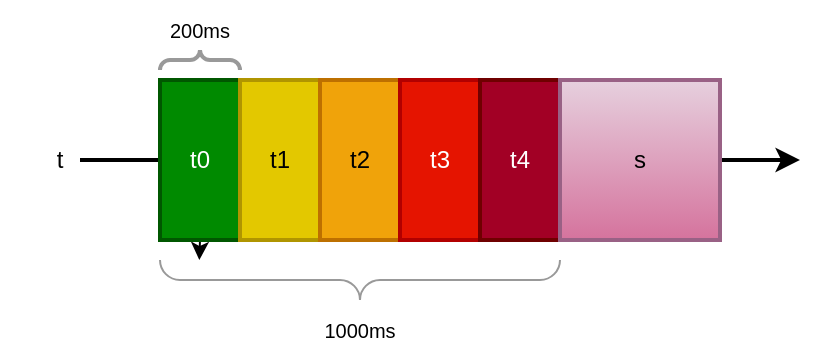
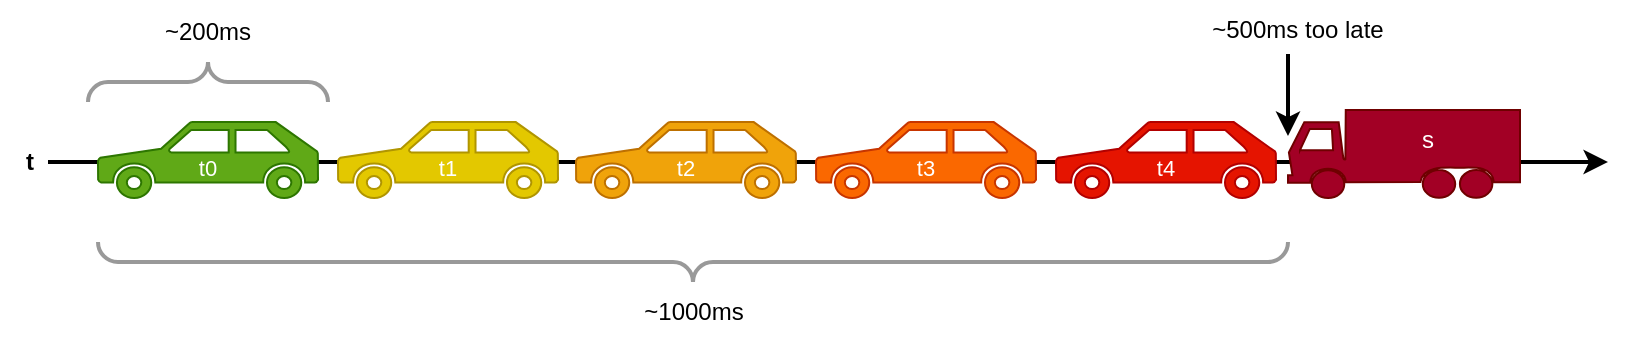
<mxfile host="Electron" agent="Mozilla/5.0 (Macintosh; Intel Mac OS X 10_15_7) AppleWebKit/537.36 (KHTML, like Gecko) draw.io/29.0.3 Chrome/140.0.7339.249 Electron/38.7.0 Safari/537.36" version="29.0.3">
  <diagram name="Page-1" id="oX70M6Da8u1tysp9OYAw">
-     <mxGraphModel dx="1722" dy="1016" grid="1" gridSize="10" guides="1" tooltips="1" connect="1" arrows="1" fold="1" page="1" pageScale="1" pageWidth="827" pageHeight="1169" background="#ffffff" math="0" shadow="0">
+     <mxGraphModel dx="2893" dy="1219" grid="1" gridSize="10" guides="1" tooltips="1" connect="1" arrows="1" fold="1" page="1" pageScale="1" pageWidth="827" pageHeight="1169" background="#ffffff" math="0" shadow="0">
      <root>
        <mxCell id="0" />
        <mxCell id="1" parent="0" />
-         <mxCell id="zdv_GjLmzYvGGyfS_c-r-1" value="" style="endArrow=classic;html=1;rounded=0;strokeColor=#000000;strokeWidth=2;endFill=1;" edge="1" parent="1">
+         <mxCell id="zdv_GjLmzYvGGyfS_c-r-1" value="" style="endArrow=classic;html=1;rounded=0;strokeColor=#000000;strokeWidth=2;endFill=1;" parent="1" edge="1">
          <mxGeometry width="50" height="50" relative="1" as="geometry">
-             <mxPoint x="80" y="160" as="sourcePoint" />
-             <mxPoint x="440" y="160" as="targetPoint" />
+             <mxPoint x="20" y="340" as="sourcePoint" />
+             <mxPoint x="800" y="340" as="targetPoint" />
          </mxGeometry>
        </mxCell>
-         <mxCell id="zdv_GjLmzYvGGyfS_c-r-4" style="edgeStyle=orthogonalEdgeStyle;rounded=0;orthogonalLoop=1;jettySize=auto;html=1;exitX=0.5;exitY=1;exitDx=0;exitDy=0;" edge="1" parent="1" source="zdv_GjLmzYvGGyfS_c-r-3">
-           <mxGeometry relative="1" as="geometry">
-             <mxPoint x="139.66666666666674" y="210" as="targetPoint" />
+         <mxCell id="zdv_GjLmzYvGGyfS_c-r-11" value="" style="verticalLabelPosition=bottom;shadow=0;dashed=0;align=center;html=1;verticalAlign=top;strokeWidth=2;shape=mxgraph.mockup.markup.curlyBrace;whiteSpace=wrap;strokeColor=#999999;" parent="1" vertex="1">
+           <mxGeometry x="40" y="290" width="120" height="20" as="geometry" />
+         </mxCell>
+         <mxCell id="zdv_GjLmzYvGGyfS_c-r-12" value="&lt;font style=&quot;color: rgb(0, 0, 0); font-size: 12px;&quot;&gt;~200ms&lt;/font&gt;" style="text;html=1;whiteSpace=wrap;strokeColor=none;fillColor=none;align=center;verticalAlign=middle;rounded=0;" parent="1" vertex="1">
+           <mxGeometry x="70" y="260" width="60" height="30" as="geometry" />
+         </mxCell>
+         <mxCell id="zdv_GjLmzYvGGyfS_c-r-13" value="" style="verticalLabelPosition=bottom;shadow=0;dashed=0;align=center;html=1;verticalAlign=top;strokeWidth=2;shape=mxgraph.mockup.markup.curlyBrace;whiteSpace=wrap;strokeColor=#999999;direction=west;" parent="1" vertex="1">
+           <mxGeometry x="45" y="380" width="595" height="20" as="geometry" />
+         </mxCell>
+         <mxCell id="zdv_GjLmzYvGGyfS_c-r-14" value="&lt;font style=&quot;color: rgb(0, 0, 0); font-size: 12px;&quot;&gt;~1000ms&lt;/font&gt;" style="text;html=1;whiteSpace=wrap;strokeColor=none;fillColor=none;align=center;verticalAlign=middle;rounded=0;" parent="1" vertex="1">
+           <mxGeometry x="312.5" y="400" width="60" height="30" as="geometry" />
+         </mxCell>
+         <mxCell id="zdv_GjLmzYvGGyfS_c-r-15" value="&lt;font style=&quot;color: rgb(0, 0, 0);&quot;&gt;&lt;b&gt;t&lt;/b&gt;&lt;/font&gt;" style="text;html=1;whiteSpace=wrap;strokeColor=none;fillColor=none;align=center;verticalAlign=middle;rounded=0;" parent="1" vertex="1">
+           <mxGeometry x="-4" y="325" width="30" height="30" as="geometry" />
+         </mxCell>
+         <mxCell id="zdv_GjLmzYvGGyfS_c-r-16" value="t1" style="shape=mxgraph.signs.transportation.car_3;html=1;pointerEvents=1;fillColor=#60a917;strokeColor=#2D7600;verticalLabelPosition=bottom;verticalAlign=top;align=center;fontColor=#ffffff;" parent="1" vertex="1">
+           <mxGeometry x="45" y="320" width="110" height="38" as="geometry" />
+         </mxCell>
+         <mxCell id="zdv_GjLmzYvGGyfS_c-r-21" value="" style="shape=mxgraph.signs.transportation.car_3;html=1;pointerEvents=1;fillColor=#e3c800;strokeColor=#B09500;verticalLabelPosition=bottom;verticalAlign=top;align=center;fontColor=#000000;" parent="1" vertex="1">
+           <mxGeometry x="165" y="320" width="110" height="38" as="geometry" />
+         </mxCell>
+         <mxCell id="zdv_GjLmzYvGGyfS_c-r-22" value="" style="shape=mxgraph.signs.transportation.car_3;html=1;pointerEvents=1;fillColor=#f0a30a;strokeColor=#BD7000;verticalLabelPosition=bottom;verticalAlign=top;align=center;fontColor=#000000;" parent="1" vertex="1">
+           <mxGeometry x="284" y="320" width="110" height="38" as="geometry" />
+         </mxCell>
+         <mxCell id="zdv_GjLmzYvGGyfS_c-r-23" value="" style="shape=mxgraph.signs.transportation.car_3;html=1;pointerEvents=1;fillColor=#fa6800;strokeColor=#C73500;verticalLabelPosition=bottom;verticalAlign=top;align=center;fontColor=#000000;" parent="1" vertex="1">
+           <mxGeometry x="404" y="320" width="110" height="38" as="geometry" />
+         </mxCell>
+         <mxCell id="zdv_GjLmzYvGGyfS_c-r-24" value="" style="shape=mxgraph.signs.transportation.car_3;html=1;pointerEvents=1;fillColor=#e51400;strokeColor=#B20000;verticalLabelPosition=bottom;verticalAlign=top;align=center;fontColor=#ffffff;" parent="1" vertex="1">
+           <mxGeometry x="524" y="320" width="110" height="38" as="geometry" />
+         </mxCell>
+         <mxCell id="5Q4abOUTBeoQLr0wq_by-1" value="" style="shape=mxgraph.signs.transportation.truck_3;html=1;pointerEvents=1;fillColor=#a20025;strokeColor=#6F0000;verticalLabelPosition=bottom;verticalAlign=top;align=center;fontColor=#ffffff;" vertex="1" parent="1">
+           <mxGeometry x="640" y="314" width="116" height="44" as="geometry" />
+         </mxCell>
+         <mxCell id="5Q4abOUTBeoQLr0wq_by-2" value="" style="endArrow=classic;html=1;rounded=0;strokeWidth=2;" edge="1" parent="1">
+           <mxGeometry width="50" height="50" relative="1" as="geometry">
+             <mxPoint x="640" y="286" as="sourcePoint" />
+             <mxPoint x="640" y="327" as="targetPoint" />
          </mxGeometry>
        </mxCell>
-         <mxCell id="zdv_GjLmzYvGGyfS_c-r-3" value="t0" style="rounded=0;whiteSpace=wrap;html=1;fillColor=#008a00;fontColor=#ffffff;strokeColor=#005700;strokeWidth=2;" vertex="1" parent="1">
-           <mxGeometry x="120" y="120" width="40" height="80" as="geometry" />
+         <mxCell id="5Q4abOUTBeoQLr0wq_by-3" value="&lt;font style=&quot;color: rgb(0, 0, 0); font-size: 12px;&quot;&gt;~500ms too late&lt;/font&gt;" style="text;html=1;whiteSpace=wrap;strokeColor=none;fillColor=none;align=center;verticalAlign=middle;rounded=0;" vertex="1" parent="1">
+           <mxGeometry x="590" y="259" width="110" height="30" as="geometry" />
        </mxCell>
-         <mxCell id="zdv_GjLmzYvGGyfS_c-r-5" value="t1" style="rounded=0;whiteSpace=wrap;html=1;fillColor=#e3c800;fontColor=#000000;strokeColor=#B09500;strokeWidth=2;" vertex="1" parent="1">
-           <mxGeometry x="160" y="120" width="40" height="80" as="geometry" />
+         <mxCell id="5Q4abOUTBeoQLr0wq_by-5" value="&lt;font style=&quot;color: rgb(255, 255, 255); font-size: 11px;&quot;&gt;t0&lt;/font&gt;" style="text;html=1;whiteSpace=wrap;strokeColor=none;fillColor=none;align=center;verticalAlign=middle;rounded=0;" vertex="1" parent="1">
+           <mxGeometry x="70" y="328" width="60" height="30" as="geometry" />
        </mxCell>
-         <mxCell id="zdv_GjLmzYvGGyfS_c-r-6" value="t2" style="rounded=0;whiteSpace=wrap;html=1;fillColor=#f0a30a;fontColor=#000000;strokeColor=#BD7000;strokeWidth=2;" vertex="1" parent="1">
-           <mxGeometry x="200" y="120" width="40" height="80" as="geometry" />
+         <mxCell id="5Q4abOUTBeoQLr0wq_by-6" value="&lt;font style=&quot;color: rgb(255, 255, 255); font-size: 11px;&quot;&gt;t1&lt;/font&gt;" style="text;html=1;whiteSpace=wrap;strokeColor=none;fillColor=none;align=center;verticalAlign=middle;rounded=0;" vertex="1" parent="1">
+           <mxGeometry x="190" y="328" width="60" height="30" as="geometry" />
        </mxCell>
-         <mxCell id="zdv_GjLmzYvGGyfS_c-r-7" value="t3" style="rounded=0;whiteSpace=wrap;html=1;fillColor=#e51400;strokeColor=#B20000;strokeWidth=2;fontColor=#ffffff;" vertex="1" parent="1">
-           <mxGeometry x="240" y="120" width="40" height="80" as="geometry" />
+         <mxCell id="5Q4abOUTBeoQLr0wq_by-7" value="&lt;font style=&quot;color: rgb(255, 255, 255); font-size: 11px;&quot;&gt;t2&lt;/font&gt;" style="text;html=1;whiteSpace=wrap;strokeColor=none;fillColor=none;align=center;verticalAlign=middle;rounded=0;" vertex="1" parent="1">
+           <mxGeometry x="309" y="328" width="60" height="30" as="geometry" />
        </mxCell>
-         <mxCell id="zdv_GjLmzYvGGyfS_c-r-8" value="t4" style="rounded=0;whiteSpace=wrap;html=1;fillColor=#a20025;fontColor=#ffffff;strokeColor=#6F0000;strokeWidth=2;" vertex="1" parent="1">
-           <mxGeometry x="280" y="120" width="40" height="80" as="geometry" />
+         <mxCell id="5Q4abOUTBeoQLr0wq_by-8" value="&lt;font style=&quot;color: rgb(255, 255, 255); font-size: 11px;&quot;&gt;t3&lt;/font&gt;&lt;span style=&quot;color: rgba(0, 0, 0, 0); font-family: monospace; font-size: 0px; text-align: start; text-wrap-mode: nowrap;&quot;&gt;%3CmxGraphModel%3E%3Croot%3E%3CmxCell%20id%3D%220%22%2F%3E%3CmxCell%20id%3D%221%22%20parent%3D%220%22%2F%3E%3CmxCell%20id%3D%222%22%20value%3D%22%26lt%3Bfont%20style%3D%26quot%3Bcolor%3A%20rgb(255%2C%20255%2C%20255)%3B%20font-size%3A%2011px%3B%26quot%3B%26gt%3Bt2%26lt%3B%2Ffont%26gt%3B%22%20style%3D%22text%3Bhtml%3D1%3BwhiteSpace%3Dwrap%3BstrokeColor%3Dnone%3BfillColor%3Dnone%3Balign%3Dcenter%3BverticalAlign%3Dmiddle%3Brounded%3D0%3B%22%20vertex%3D%221%22%20parent%3D%221%22%3E%3CmxGeometry%20x%3D%22309%22%20y%3D%22328%22%20width%3D%2260%22%20height%3D%2230%22%20as%3D%22geometry%22%2F%3E%3C%2FmxCell%3E%3C%2Froot%3E%3C%2FmxGraphModel%3E&lt;/span&gt;" style="text;html=1;whiteSpace=wrap;strokeColor=none;fillColor=none;align=center;verticalAlign=middle;rounded=0;" vertex="1" parent="1">
+           <mxGeometry x="429" y="328" width="60" height="30" as="geometry" />
        </mxCell>
-         <mxCell id="zdv_GjLmzYvGGyfS_c-r-10" value="s" style="rounded=0;whiteSpace=wrap;html=1;fillColor=#e6d0de;strokeColor=#996185;strokeWidth=2;gradientColor=#d5739d;" vertex="1" parent="1">
-           <mxGeometry x="320" y="120" width="80" height="80" as="geometry" />
+         <mxCell id="5Q4abOUTBeoQLr0wq_by-9" value="&lt;font color=&quot;#ffffff&quot;&gt;&lt;span style=&quot;font-size: 11px;&quot;&gt;t4&lt;/span&gt;&lt;/font&gt;" style="text;html=1;whiteSpace=wrap;strokeColor=none;fillColor=none;align=center;verticalAlign=middle;rounded=0;" vertex="1" parent="1">
+           <mxGeometry x="549" y="328" width="60" height="30" as="geometry" />
        </mxCell>
-         <mxCell id="zdv_GjLmzYvGGyfS_c-r-11" value="" style="verticalLabelPosition=bottom;shadow=0;dashed=0;align=center;html=1;verticalAlign=top;strokeWidth=2;shape=mxgraph.mockup.markup.curlyBrace;whiteSpace=wrap;strokeColor=#999999;" vertex="1" parent="1">
-           <mxGeometry x="120" y="100" width="40" height="20" as="geometry" />
-         </mxCell>
-         <mxCell id="zdv_GjLmzYvGGyfS_c-r-12" value="&lt;font style=&quot;color: rgb(0, 0, 0); font-size: 10px;&quot;&gt;200ms&lt;/font&gt;" style="text;html=1;whiteSpace=wrap;strokeColor=none;fillColor=none;align=center;verticalAlign=middle;rounded=0;" vertex="1" parent="1">
-           <mxGeometry x="110" y="80" width="60" height="30" as="geometry" />
-         </mxCell>
-         <mxCell id="zdv_GjLmzYvGGyfS_c-r-13" value="" style="verticalLabelPosition=bottom;shadow=0;dashed=0;align=center;html=1;verticalAlign=top;strokeWidth=1;shape=mxgraph.mockup.markup.curlyBrace;whiteSpace=wrap;strokeColor=#999999;direction=west;" vertex="1" parent="1">
-           <mxGeometry x="120" y="210" width="200" height="20" as="geometry" />
-         </mxCell>
-         <mxCell id="zdv_GjLmzYvGGyfS_c-r-14" value="&lt;font style=&quot;color: rgb(0, 0, 0); font-size: 10px;&quot;&gt;1000ms&lt;/font&gt;" style="text;html=1;whiteSpace=wrap;strokeColor=none;fillColor=none;align=center;verticalAlign=middle;rounded=0;" vertex="1" parent="1">
-           <mxGeometry x="190" y="230" width="60" height="30" as="geometry" />
-         </mxCell>
-         <mxCell id="zdv_GjLmzYvGGyfS_c-r-15" value="&lt;font style=&quot;color: rgb(0, 0, 0);&quot;&gt;t&lt;/font&gt;" style="text;html=1;whiteSpace=wrap;strokeColor=none;fillColor=none;align=center;verticalAlign=middle;rounded=0;" vertex="1" parent="1">
-           <mxGeometry x="40" y="145" width="60" height="30" as="geometry" />
+         <mxCell id="5Q4abOUTBeoQLr0wq_by-10" value="&lt;font color=&quot;#ffffff&quot; style=&quot;font-size: 12px;&quot;&gt;s&lt;/font&gt;" style="text;html=1;whiteSpace=wrap;strokeColor=none;fillColor=none;align=center;verticalAlign=middle;rounded=0;" vertex="1" parent="1">
+           <mxGeometry x="680" y="314" width="60" height="30" as="geometry" />
        </mxCell>
      </root>
    </mxGraphModel>
  </diagram>
</mxfile>
